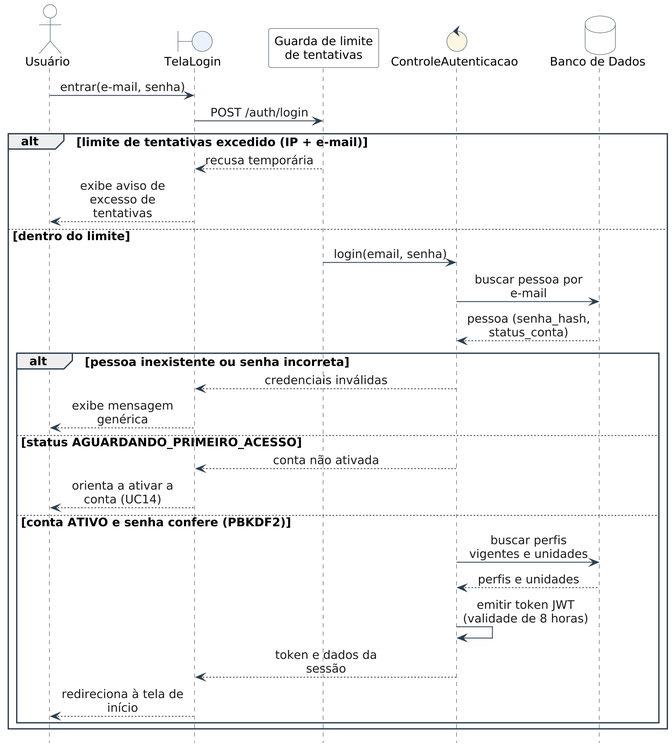
Before: Documentos/diagramas/diagramas_sequencia/03_seq_uc01.png, a diagram exported from PlantUML (jvmuka/OASIS).
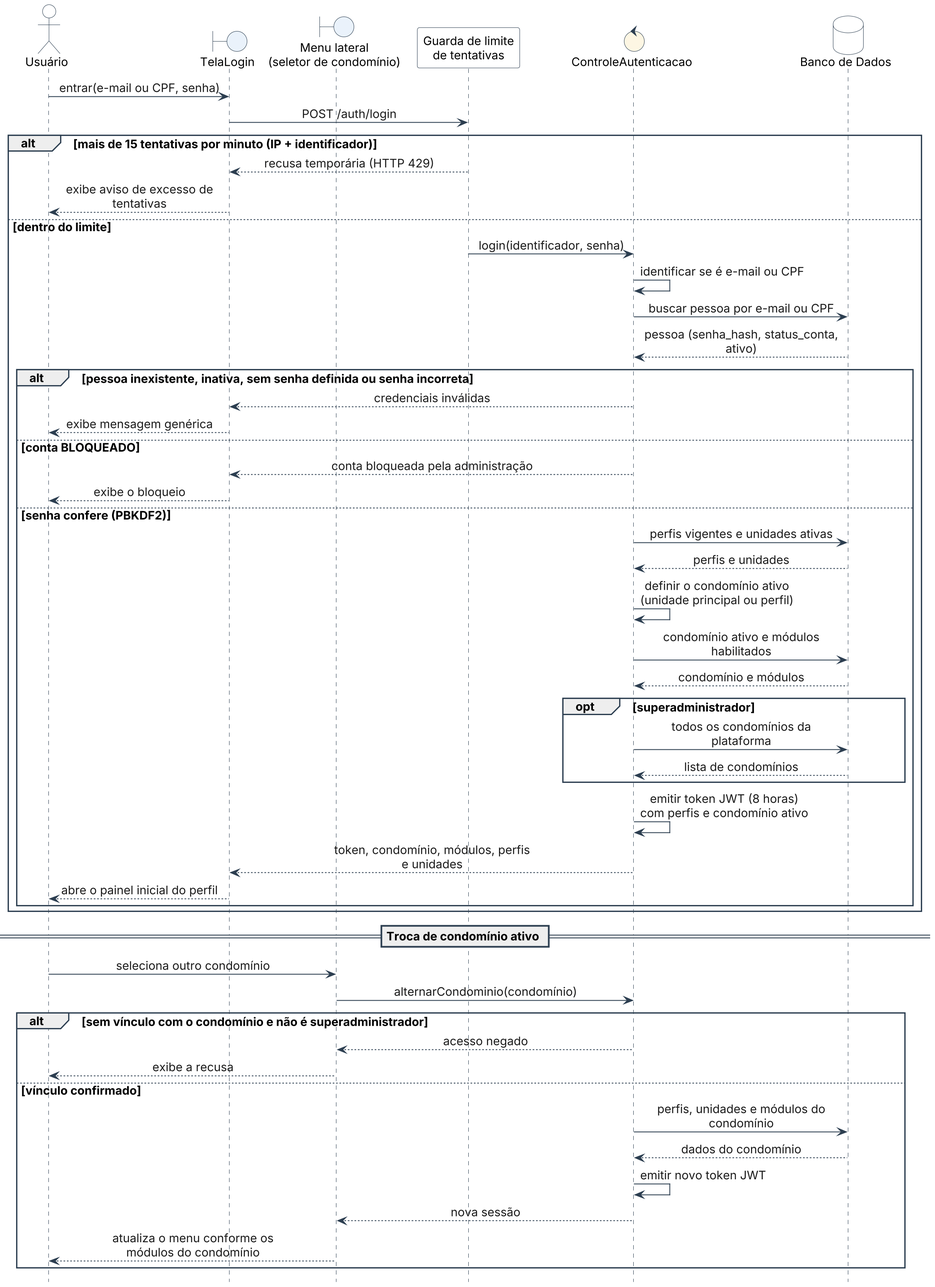
Above is the later version.

Change to the diagram source:
```diff
@@ -1,72 +1,55 @@
 @startuml 03_seq_uc01
-skinparam dpi 200
-skinparam backgroundColor #FFFFFF
-skinparam defaultFontName Arial
-skinparam defaultFontSize 14
-skinparam shadowing false
-skinparam sequenceMessageAlign center
-skinparam responseMessageBelowArrow true
-skinparam ArrowColor #2C3E50
-skinparam ArrowFontColor #1A1A1A
-skinparam sequence {
-  LifeLineBorderColor #2C3E50
-  ParticipantBorderColor #2C3E50
-  ParticipantBackgroundColor #FFFFFF
-  ActorBorderColor #2C3E50
-  ActorBackgroundColor #FFFFFF
-  BoxBorderColor #2C3E50
-  GroupBorderColor #2C3E50
-  GroupHeaderFontStyle bold
-  DividerBorderColor #2C3E50
-}
-skinparam boundary {
-  BackgroundColor #EAF2FB
-  BorderColor #2C3E50
-}
-skinparam control {
-  BackgroundColor #FDF6E3
-  BorderColor #2C3E50
-}
-skinparam database {
-  BackgroundColor #FFFFFF
-  BorderColor #2C3E50
-}
-skinparam note {
-  BackgroundColor #FFFFFF
-  BorderColor #2C3E50
-}
-hide footbox
-skinparam maxMessageSize 150
-skinparam ParticipantPadding 4
-skinparam BoxPadding 4
-
+!include cabecalho.iuml
+skinparam maxMessageSize 240
 actor "Usuário" as U
 boundary "TelaLogin" as T
+boundary "Menu lateral\n(seletor de condomínio)" as M
 participant "Guarda de limite\nde tentativas" as G
 control "ControleAutenticacao" as C
 database "Banco de Dados" as BD
 
-U -> T : entrar(e-mail, senha)
+U -> T : entrar(e-mail ou CPF, senha)
 T -> G : POST /auth/login
-alt limite de tentativas excedido (IP + e-mail)
-  G --> T : recusa temporária
+alt mais de 15 tentativas por minuto (IP + identificador)
+  G --> T : recusa temporária (HTTP 429)
   T --> U : exibe aviso de excesso de tentativas
 else dentro do limite
-  G -> C : login(email, senha)
-  C -> BD : buscar pessoa por e-mail
-  BD --> C : pessoa (senha_hash, status_conta)
-  alt pessoa inexistente ou senha incorreta
+  G -> C : login(identificador, senha)
+  C -> C : identificar se é e-mail ou CPF
+  C -> BD : buscar pessoa por e-mail ou CPF
+  BD --> C : pessoa (senha_hash, status_conta, ativo)
+  alt pessoa inexistente, inativa, sem senha definida ou senha incorreta
     C --> T : credenciais inválidas
     T --> U : exibe mensagem genérica
-  else status AGUARDANDO_PRIMEIRO_ACESSO
-    C --> T : conta não ativada
-    T --> U : orienta a ativar a conta (UC14)
-  else conta ATIVO e senha confere (PBKDF2)
-    C -> BD : buscar perfis vigentes e unidades
+  else conta BLOQUEADO
+    C --> T : conta bloqueada pela administração
+    T --> U : exibe o bloqueio
+  else senha confere (PBKDF2)
+    C -> BD : perfis vigentes e unidades ativas
     BD --> C : perfis e unidades
-    C -> C : emitir token JWT (validade de 8 horas)
-    C --> T : token e dados da sessão
-    T --> U : redireciona à tela de início
+    C -> C : definir o condomínio ativo\n(unidade principal ou perfil)
+    C -> BD : condomínio ativo e módulos habilitados
+    BD --> C : condomínio e módulos
+    opt superadministrador
+      C -> BD : todos os condomínios da plataforma
+      BD --> C : lista de condomínios
+    end
+    C -> C : emitir token JWT (8 horas)\ncom perfis e condomínio ativo
+    C --> T : token, condomínio, módulos, perfis e unidades
+    T --> U : abre o painel inicial do perfil
   end
 end
+== Troca de condomínio ativo ==
+U -> M : seleciona outro condomínio
+M -> C : alternarCondominio(condomínio)
+alt sem vínculo com o condomínio e não é superadministrador
+  C --> M : acesso negado
+  M --> U : exibe a recusa
+else vínculo confirmado
+  C -> BD : perfis, unidades e módulos do condomínio
+  BD --> C : dados do condomínio
+  C -> C : emitir novo token JWT
+  C --> M : nova sessão
+  M --> U : atualiza o menu conforme os módulos do condomínio
+end
 @enduml
```
